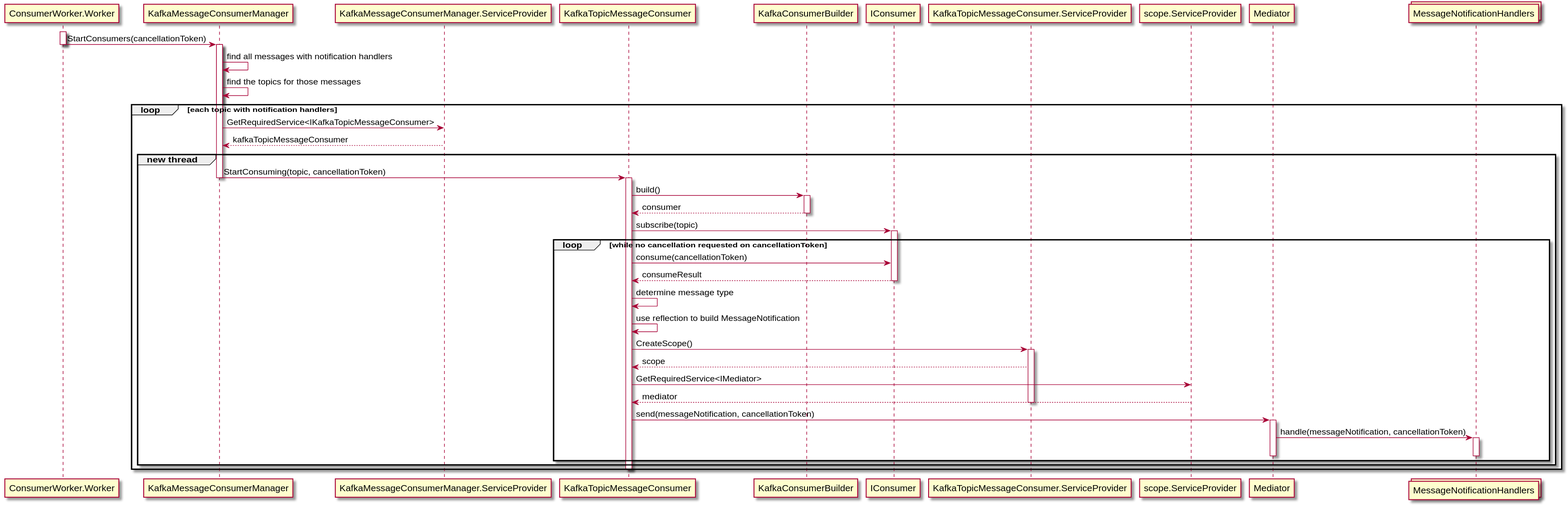
gabrielsadaka/gabrielsadaka.github.io keeps this PlantUML diagram as dotnet-core-kafka/sequence-diagram.svg. Above is the earlier version.
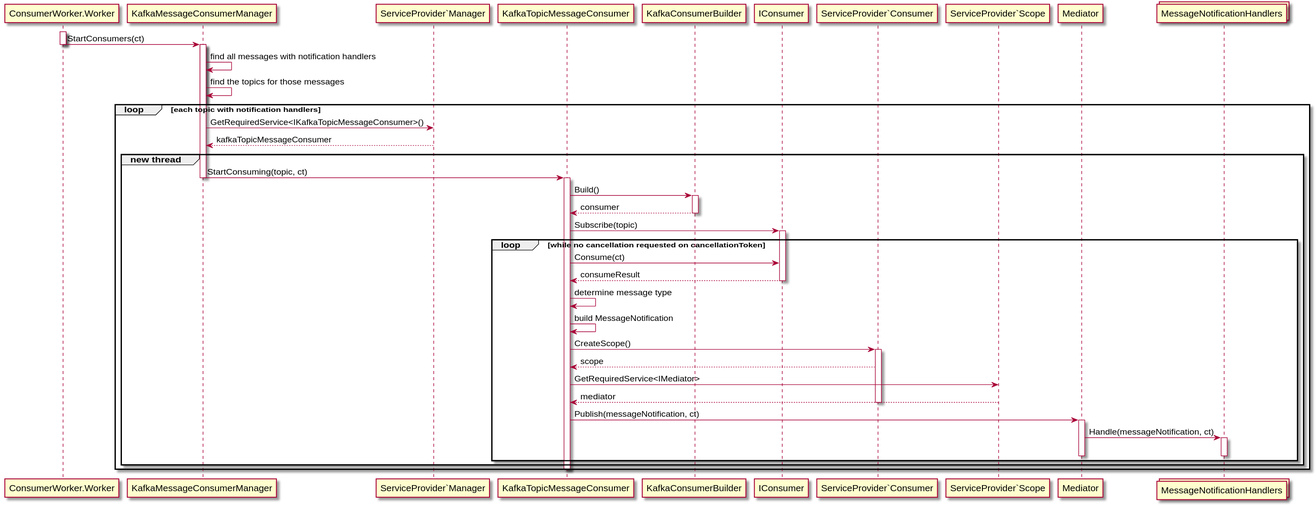
Later version of the same file.

Commit message:
Simplify diagrams

Diff of the diagram source:
```diff
@@ -1,56 +1,56 @@
 @startuml
     participant ConsumerWorker.Worker
     participant KafkaMessageConsumerManager
-    participant KafkaMessageConsumerManager.ServiceProvider
+    participant "ServiceProvider`Manager"
     participant KafkaTopicMessageConsumer
     participant KafkaConsumerBuilder
     participant IConsumer
-    participant KafkaTopicMessageConsumer.ServiceProvider
-    participant scope.ServiceProvider
+    participant "ServiceProvider`Consumer"
+    participant "ServiceProvider`Scope"
     participant Mediator
     collections MessageNotificationHandlers
 
     activate ConsumerWorker.Worker
-    ConsumerWorker.Worker -> KafkaMessageConsumerManager : StartConsumers(cancellationToken)
+    ConsumerWorker.Worker -> KafkaMessageConsumerManager : StartConsumers(ct)
     deactivate ConsumerWorker.Worker
 
     activate KafkaMessageConsumerManager
     KafkaMessageConsumerManager -> KafkaMessageConsumerManager : find all messages with notification handlers
     KafkaMessageConsumerManager -> KafkaMessageConsumerManager : find the topics for those messages
     loop each topic with notification handlers
-        KafkaMessageConsumerManager -> KafkaMessageConsumerManager.ServiceProvider : GetRequiredService<IKafkaTopicMessageConsumer>
-        KafkaMessageConsumerManager <-- KafkaMessageConsumerManager.ServiceProvider : kafkaTopicMessageConsumer
+        KafkaMessageConsumerManager -> "ServiceProvider`Manager" : GetRequiredService<IKafkaTopicMessageConsumer>()
+        KafkaMessageConsumerManager <-- "ServiceProvider`Manager" : kafkaTopicMessageConsumer
         group new thread
-            KafkaMessageConsumerManager -> KafkaTopicMessageConsumer : StartConsuming(topic, cancellationToken)
+            KafkaMessageConsumerManager -> KafkaTopicMessageConsumer : StartConsuming(topic, ct)
             deactivate KafkaMessageConsumerManager
 
             activate KafkaTopicMessageConsumer
-            KafkaTopicMessageConsumer -> KafkaConsumerBuilder : build()
+            KafkaTopicMessageConsumer -> KafkaConsumerBuilder : Build()
 
             activate KafkaConsumerBuilder
             KafkaTopicMessageConsumer <-- KafkaConsumerBuilder : consumer
             deactivate KafkaConsumerBuilder
 
-            KafkaTopicMessageConsumer -> IConsumer : subscribe(topic)
+            KafkaTopicMessageConsumer -> IConsumer : Subscribe(topic)
             activate IConsumer
             loop while no cancellation requested on cancellationToken
-                KafkaTopicMessageConsumer -> IConsumer : consume(cancellationToken)
+                KafkaTopicMessageConsumer -> IConsumer : Consume(ct)
                 KafkaTopicMessageConsumer <-- IConsumer : consumeResult
                 deactivate IConsumer
 
                 KafkaTopicMessageConsumer -> KafkaTopicMessageConsumer : determine message type
-                KafkaTopicMessageConsumer -> KafkaTopicMessageConsumer : use reflection to build MessageNotification
+                KafkaTopicMessageConsumer -> KafkaTopicMessageConsumer : build MessageNotification
 
-                KafkaTopicMessageConsumer -> KafkaTopicMessageConsumer.ServiceProvider : CreateScope()
-                activate KafkaTopicMessageConsumer.ServiceProvider
-                KafkaTopicMessageConsumer <-- KafkaTopicMessageConsumer.ServiceProvider : scope
-                KafkaTopicMessageConsumer -> scope.ServiceProvider : GetRequiredService<IMediator>
-                KafkaTopicMessageConsumer <-- scope.ServiceProvider : mediator
-                deactivate KafkaTopicMessageConsumer.ServiceProvider
+                KafkaTopicMessageConsumer -> "ServiceProvider`Consumer" : CreateScope()
+                activate "ServiceProvider`Consumer"
+                KafkaTopicMessageConsumer <-- "ServiceProvider`Consumer" : scope
+                KafkaTopicMessageConsumer -> "ServiceProvider`Scope" : GetRequiredService<IMediator>
+                KafkaTopicMessageConsumer <-- "ServiceProvider`Scope" : mediator
+                deactivate "ServiceProvider`Consumer"
 
-                KafkaTopicMessageConsumer -> Mediator : send(messageNotification, cancellationToken)
+                KafkaTopicMessageConsumer -> Mediator : Publish(messageNotification, ct)
                 activate Mediator
-                Mediator -> MessageNotificationHandlers : handle(messageNotification, cancellationToken)
+                Mediator -> MessageNotificationHandlers : Handle(messageNotification, ct)
                 activate MessageNotificationHandlers
                 deactivate MessageNotificationHandlers
                 deactivate Mediator
```
